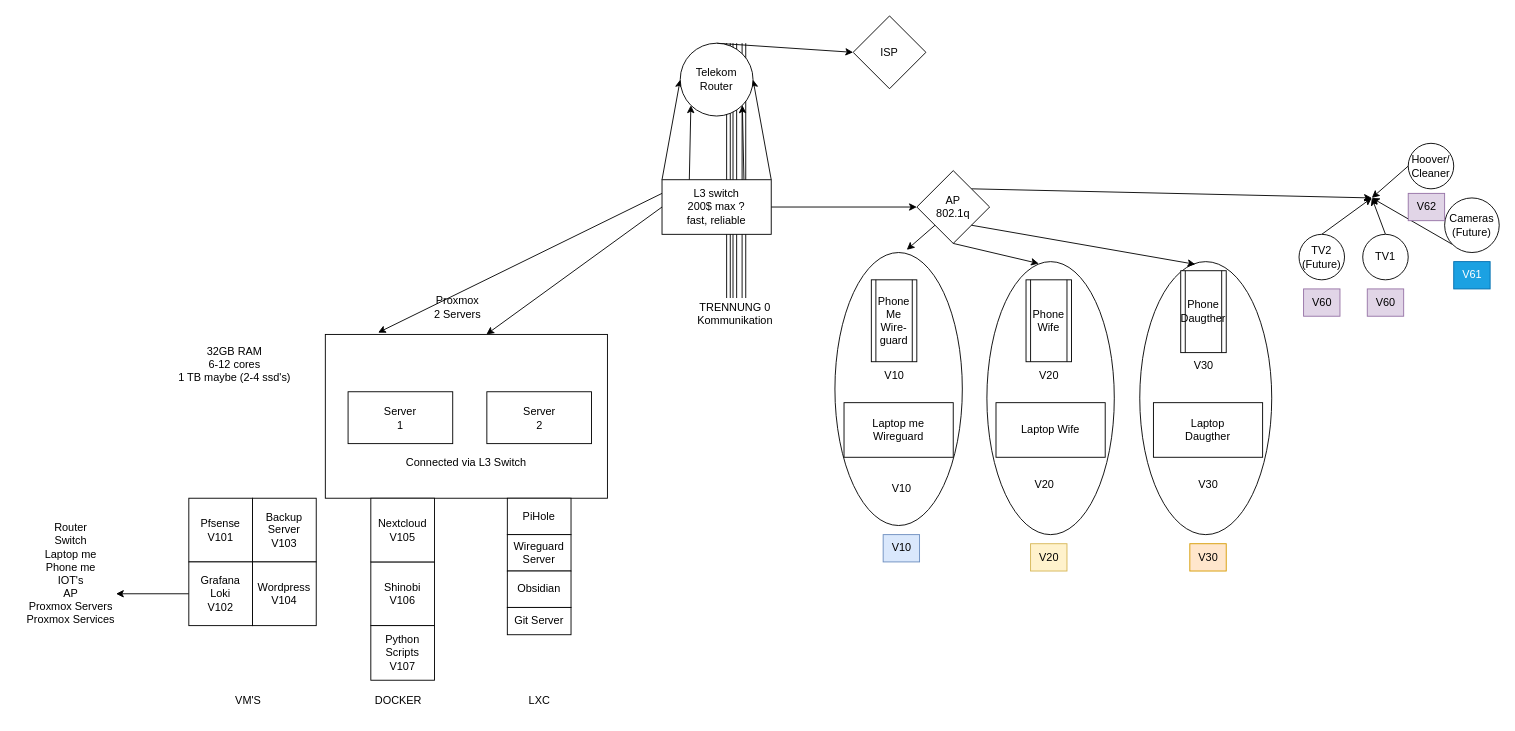
Earlier version of the draw.io diagram Unbenanntes Diagramm.drawio (Martin9494/flaskgitgithubblog). Source tidied: cells renumbered, new cells numbered last; positions are measured from the earlier drawing's top-left corner, leaving out a move shared by most shapes. Both pictures are drawn from the tidied source at 91%, with x=0, y=0 at pixel (15, 15).
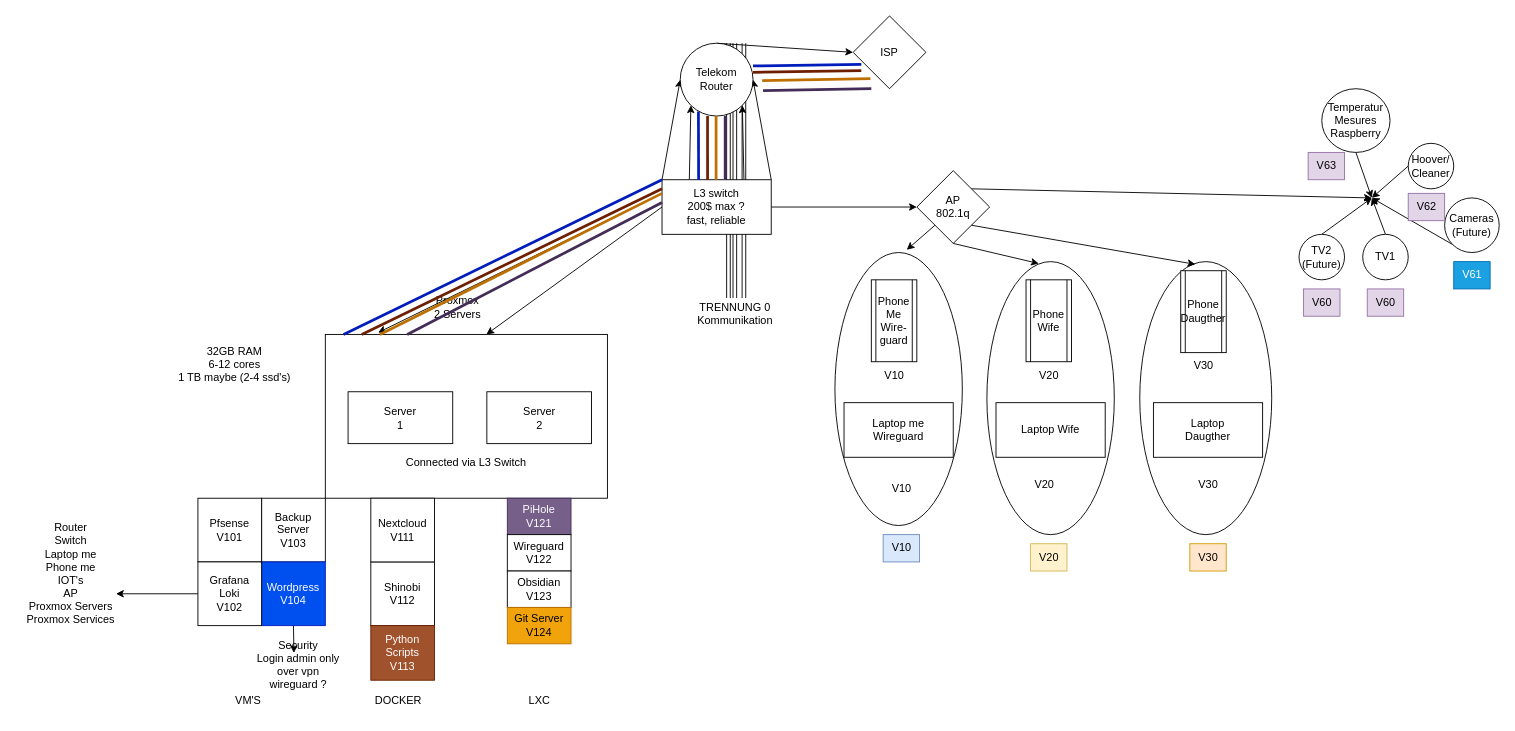
The same page after the edit.

The change refers to these unchanged cells:
```xml
<mxCell id="13" value="&lt;div&gt;L3 switch&lt;/div&gt;&lt;div&gt;200$ max ? &lt;br&gt;&lt;/div&gt;&lt;div&gt;fast, reliable&lt;br&gt;&lt;/div&gt;" style="whiteSpace=wrap;html=1;" parent="1" vertex="1">
  <mxGeometry x="710" y="180" width="120" height="60" as="geometry" />
</mxCell>
<mxCell id="16" value="ISP" style="rhombus;whiteSpace=wrap;html=1;" parent="1" vertex="1">
  <mxGeometry x="920" width="80" height="80" as="geometry" />
</mxCell>
```

What changed in the source:
```diff
@@
     <mxCell id="54" value="&lt;div&gt;Backup&lt;/div&gt;&lt;div&gt;Server&lt;br&gt;&lt;/div&gt;&lt;div&gt;V103&lt;br&gt;&lt;/div&gt;" style="whiteSpace=wrap;html=1;" parent="1" vertex="1">
-      <mxGeometry x="260" y="530" width="70" height="70" as="geometry" />
+      <mxGeometry x="270" y="530" width="70" height="70" as="geometry" />
     </mxCell>
+    <mxCell id="73" style="edgeStyle=none;rounded=0;jettySize=auto;html=1;exitX=0.5;exitY=1;exitDx=0;exitDy=0;" parent="1" edge="1" source="55">
+      <mxGeometry relative="1" as="geometry">
+        <mxPoint x="305.5" y="700" as="targetPoint" />
+      </mxGeometry>
+    </mxCell>
-    <mxCell id="55" value="&lt;div&gt;Wordpress&lt;br&gt;&lt;/div&gt;&lt;div&gt;V104&lt;br&gt;&lt;/div&gt;" style="whiteSpace=wrap;html=1;" parent="1" vertex="1">
-      <mxGeometry x="260" y="600" width="70" height="70" as="geometry" />
+    <mxCell id="55" value="&lt;div&gt;Wordpress&lt;br&gt;&lt;/div&gt;&lt;div&gt;V104&lt;br&gt;&lt;/div&gt;" style="whiteSpace=wrap;html=1;fillColor=#0050ef;fontColor=#ffffff;strokeColor=#001DBC;" parent="1" vertex="1">
+      <mxGeometry x="270" y="600" width="70" height="70" as="geometry" />
     </mxCell>
-    <mxCell id="56" value="&lt;div&gt;Shinobi&lt;/div&gt;&lt;div&gt;V106&lt;br&gt;&lt;/div&gt;" style="whiteSpace=wrap;html=1;" parent="1" vertex="1">
+    <mxCell id="56" value="&lt;div&gt;Shinobi&lt;/div&gt;&lt;div&gt;V112&lt;/div&gt;" style="whiteSpace=wrap;html=1;" parent="1" vertex="1">
       <mxGeometry x="390" y="600" width="70" height="70" as="geometry" />
     </mxCell>
-    <mxCell id="57" value="&lt;div&gt;Nextcloud&lt;/div&gt;&lt;div&gt;V105&lt;br&gt;&lt;/div&gt;" style="whiteSpace=wrap;html=1;" parent="1" vertex="1">
+    <mxCell id="57" value="&lt;div&gt;Nextcloud&lt;/div&gt;&lt;div&gt;V111&lt;br&gt;&lt;/div&gt;" style="whiteSpace=wrap;html=1;" parent="1" vertex="1">
       <mxGeometry x="390" y="530" width="70" height="70" as="geometry" />
     </mxCell>
     <mxCell id="58" value="&lt;div&gt;Pfsense&lt;/div&gt;&lt;div&gt;V101&lt;br&gt;&lt;/div&gt;" style="whiteSpace=wrap;html=1;" parent="1" vertex="1">
-      <mxGeometry x="190" y="530" width="70" height="70" as="geometry" />
+      <mxGeometry x="200" y="530" width="70" height="70" as="geometry" />
     </mxCell>
-    <mxCell id="59" value="PiHole" style="whiteSpace=wrap;html=1;" parent="1" vertex="1">
+    <mxCell id="59" value="&lt;div&gt;PiHole&lt;/div&gt;&lt;div&gt;V121&lt;/div&gt;" style="whiteSpace=wrap;html=1;fillColor=#76608a;fontColor=#ffffff;strokeColor=#432D57;" parent="1" vertex="1">
       <mxGeometry x="540" y="530" width="70" height="40" as="geometry" />
     </mxCell>
-    <mxCell id="60" value="&lt;div&gt;Wireguard&lt;/div&gt;&lt;div&gt;Server&lt;br&gt;&lt;/div&gt;" style="whiteSpace=wrap;html=1;" parent="1" vertex="1">
+    <mxCell id="60" value="&lt;div&gt;Wireguard&lt;/div&gt;&lt;div&gt;V122&lt;br&gt;&lt;/div&gt;" style="whiteSpace=wrap;html=1;" parent="1" vertex="1">
       <mxGeometry x="540" y="570" width="70" height="40" as="geometry" />
     </mxCell>
-    <mxCell id="61" value="Obsidian" style="whiteSpace=wrap;html=1;" parent="1" vertex="1">
+    <mxCell id="61" value="&lt;div&gt;Obsidian&lt;/div&gt;V123" style="whiteSpace=wrap;html=1;" parent="1" vertex="1">
       <mxGeometry x="540" y="610" width="70" height="40" as="geometry" />
     </mxCell>
-    <mxCell id="62" value="&lt;div&gt;Python &lt;br&gt;&lt;/div&gt;&lt;div&gt;Scripts&lt;br&gt;&lt;/div&gt;&lt;div&gt;V107&lt;br&gt;&lt;/div&gt;" style="whiteSpace=wrap;html=1;" parent="1" vertex="1">
+    <mxCell id="62" value="&lt;div&gt;Python &lt;br&gt;&lt;/div&gt;&lt;div&gt;Scripts&lt;br&gt;&lt;/div&gt;&lt;div&gt;V113&lt;/div&gt;" style="whiteSpace=wrap;html=1;fillColor=#a0522d;fontColor=#ffffff;strokeColor=#6D1F00;" parent="1" vertex="1">
       <mxGeometry x="390" y="670" width="70" height="60" as="geometry" />
     </mxCell>
-    <mxCell id="63" value="Git Server" style="whiteSpace=wrap;html=1;" parent="1" vertex="1">
-      <mxGeometry x="540" y="650" width="70" height="30" as="geometry" />
+    <mxCell id="63" value="&lt;div&gt;Git Server&lt;/div&gt;V124" style="whiteSpace=wrap;html=1;fillColor=#f0a30a;fontColor=#000000;strokeColor=#BD7000;" parent="1" vertex="1">
+      <mxGeometry x="540" y="650" width="70" height="40" as="geometry" />
     </mxCell>
@@
     <mxCell id="65" value="&lt;div&gt;Grafana&lt;/div&gt;&lt;div&gt;Loki&lt;br&gt;&lt;/div&gt;&lt;div&gt;V102&lt;br&gt;&lt;/div&gt;" style="whiteSpace=wrap;html=1;" parent="1" vertex="1">
-      <mxGeometry x="190" y="600" width="70" height="70" as="geometry" />
+      <mxGeometry x="200" y="600" width="70" height="70" as="geometry" />
     </mxCell>
@@
+    <mxCell id="74" value="&lt;div&gt;Security&lt;/div&gt;&lt;div&gt;Login admin only &lt;br&gt;&lt;/div&gt;&lt;div&gt;over vpn&lt;/div&gt;&lt;div&gt;wireguard ?&lt;br&gt;&lt;/div&gt;" style="text;html=1;align=center;verticalAlign=middle;strokeColor=none;fillColor=none;" parent="1" vertex="1">
+      <mxGeometry x="255" y="678" width="110" height="70" as="geometry" />
+    </mxCell>
+    <mxCell id="75" style="edgeStyle=none;rounded=0;jettySize=auto;html=1;exitX=0.5;exitY=1;exitDx=0;exitDy=0;" parent="1" edge="1" source="76">
+      <mxGeometry relative="1" as="geometry">
+        <mxPoint x="1490" y="200" as="targetPoint" />
+      </mxGeometry>
+    </mxCell>
+    <mxCell id="76" value="&lt;div&gt;Temperatur Mesures&lt;/div&gt;&lt;div&gt;Raspberry&lt;br&gt;&lt;/div&gt;" style="ellipse;whiteSpace=wrap;html=1;" parent="1" vertex="1">
+      <mxGeometry x="1435" y="80" width="75" height="70" as="geometry" />
+    </mxCell>
+    <mxCell id="77" value="V63" style="text;html=1;align=center;verticalAlign=middle;strokeColor=#9673a6;fillColor=#e1d5e7;" parent="1" vertex="1">
+      <mxGeometry x="1420" y="150" width="40" height="30" as="geometry" />
+    </mxCell>
+    <mxCell id="78" style="edgeStyle=none;jettySize=auto;html=1;rounded=0;fillColor=#0050ef;strokeColor=#001DBC;strokeWidth=3;entryX=0;entryY=0;entryDx=0;entryDy=0;endArrow=none;endFill=0;" parent="1" edge="1" target="13">
+      <mxGeometry relative="1" as="geometry">
+        <mxPoint x="360" y="350" as="sourcePoint" />
+      </mxGeometry>
+    </mxCell>
+    <mxCell id="79" style="edgeStyle=none;jettySize=auto;html=1;rounded=0;fillColor=#0050ef;strokeColor=#001DBC;strokeWidth=3;endArrow=none;endFill=0;exitX=0.335;exitY=0.006;exitDx=0;exitDy=0;exitPerimeter=0;" parent="1" edge="1" source="13">
+      <mxGeometry relative="1" as="geometry">
+        <mxPoint x="750" y="105" as="targetPoint" />
+      </mxGeometry>
+    </mxCell>
+    <mxCell id="80" style="edgeStyle=none;jettySize=auto;html=1;rounded=0;fillColor=#0050ef;strokeColor=#001DBC;strokeWidth=3;endArrow=none;endFill=0;exitX=0.335;exitY=0.006;exitDx=0;exitDy=0;exitPerimeter=0;entryX=0.113;entryY=0.666;entryDx=0;entryDy=0;entryPerimeter=0;" parent="1" edge="1" target="16">
+      <mxGeometry relative="1" as="geometry">
+        <mxPoint x="810" y="55" as="sourcePoint" />
+      </mxGeometry>
+    </mxCell>
+    <mxCell id="81" style="edgeStyle=none;orthogonalLoop=1;jettySize=auto;html=1;rounded=0;fillColor=#a0522d;strokeColor=#6D1F00;strokeWidth=3;endArrow=none;endFill=0;" parent="1" edge="1">
+      <mxGeometry relative="1" as="geometry">
+        <mxPoint x="380" y="350" as="sourcePoint" />
+        <mxPoint x="710" y="190" as="targetPoint" />
+      </mxGeometry>
+    </mxCell>
+    <mxCell id="82" style="edgeStyle=none;jettySize=auto;html=1;rounded=0;fillColor=#a0522d;strokeColor=#6D1F00;strokeWidth=3;endArrow=none;endFill=0;exitX=0.417;exitY=0;exitDx=0;exitDy=0;exitPerimeter=0;" parent="1" edge="1" source="13">
+      <mxGeometry relative="1" as="geometry">
+        <mxPoint x="760" y="110" as="targetPoint" />
+      </mxGeometry>
+    </mxCell>
+    <mxCell id="83" style="edgeStyle=none;orthogonalLoop=1;jettySize=auto;html=1;rounded=0;fillColor=#a0522d;strokeColor=#6D1F00;strokeWidth=3;endArrow=none;endFill=0;exitX=0.335;exitY=0.006;exitDx=0;exitDy=0;exitPerimeter=0;entryX=0.113;entryY=0.666;entryDx=0;entryDy=0;entryPerimeter=0;" parent="1" edge="1">
+      <mxGeometry relative="1" as="geometry">
+        <mxPoint x="810" y="62" as="sourcePoint" />
+        <mxPoint x="929" y="60" as="targetPoint" />
+      </mxGeometry>
+    </mxCell>
+    <mxCell id="84" style="edgeStyle=none;jettySize=auto;html=1;rounded=0;fillColor=#f0a30a;strokeColor=#BD7000;strokeWidth=3;endArrow=none;endFill=0;entryX=0;entryY=0.25;entryDx=0;entryDy=0;" parent="1" edge="1" target="13">
+      <mxGeometry relative="1" as="geometry">
+        <mxPoint x="400" y="350" as="sourcePoint" />
+      </mxGeometry>
+    </mxCell>
+    <mxCell id="85" style="edgeStyle=none;orthogonalLoop=1;jettySize=auto;html=1;rounded=0;fillColor=#f0a30a;strokeColor=#BD7000;strokeWidth=3;endArrow=none;endFill=0;exitX=0.417;exitY=0;exitDx=0;exitDy=0;exitPerimeter=0;" parent="1" edge="1">
+      <mxGeometry relative="1" as="geometry">
+        <mxPoint x="769.4" y="180" as="sourcePoint" />
+        <mxPoint x="769.4" y="110" as="targetPoint" />
+      </mxGeometry>
+    </mxCell>
+    <mxCell id="86" style="edgeStyle=none;orthogonalLoop=1;jettySize=auto;html=1;rounded=0;fillColor=#f0a30a;strokeColor=#BD7000;strokeWidth=3;endArrow=none;endFill=0;exitX=0.335;exitY=0.006;exitDx=0;exitDy=0;exitPerimeter=0;entryX=0.113;entryY=0.666;entryDx=0;entryDy=0;entryPerimeter=0;" parent="1" edge="1">
+      <mxGeometry relative="1" as="geometry">
+        <mxPoint x="820" y="71" as="sourcePoint" />
+        <mxPoint x="939" y="69" as="targetPoint" />
+      </mxGeometry>
+    </mxCell>
+    <mxCell id="87" style="edgeStyle=none;orthogonalLoop=1;jettySize=auto;html=1;rounded=0;fillColor=#76608a;strokeColor=#432D57;strokeWidth=3;endArrow=none;endFill=0;" parent="1" edge="1">
+      <mxGeometry relative="1" as="geometry">
+        <mxPoint x="430" y="350" as="sourcePoint" />
+        <mxPoint x="710" y="205" as="targetPoint" />
+      </mxGeometry>
+    </mxCell>
+    <mxCell id="88" style="edgeStyle=none;orthogonalLoop=1;jettySize=auto;html=1;rounded=0;fillColor=#76608a;strokeColor=#432D57;strokeWidth=3;endArrow=none;endFill=0;exitX=0.417;exitY=0;exitDx=0;exitDy=0;exitPerimeter=0;" parent="1" edge="1">
+      <mxGeometry relative="1" as="geometry">
+        <mxPoint x="779.4" y="180" as="sourcePoint" />
+        <mxPoint x="779.4" y="110" as="targetPoint" />
+      </mxGeometry>
+    </mxCell>
+    <mxCell id="89" style="edgeStyle=none;orthogonalLoop=1;jettySize=auto;html=1;rounded=0;fillColor=#76608a;strokeColor=#432D57;strokeWidth=3;endArrow=none;endFill=0;exitX=0.335;exitY=0.006;exitDx=0;exitDy=0;exitPerimeter=0;entryX=0.113;entryY=0.666;entryDx=0;entryDy=0;entryPerimeter=0;" parent="1" edge="1">
+      <mxGeometry relative="1" as="geometry">
+        <mxPoint x="821" y="82" as="sourcePoint" />
+        <mxPoint x="940" y="80" as="targetPoint" />
+      </mxGeometry>
+    </mxCell>
```
